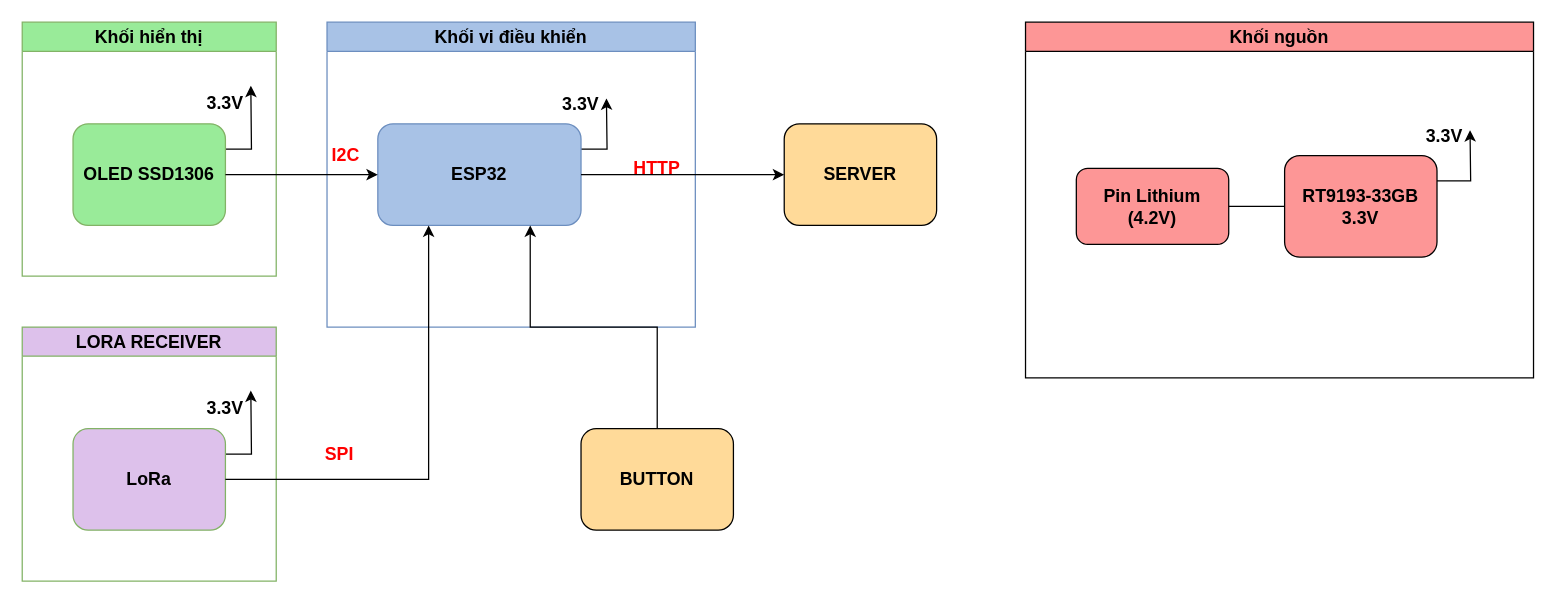
Earlier version of the draw.io diagram Image/Sơ đồ khối/Sơ đồ khối chi tiết - Master.drawio (tuanthanhhh/Weather_Monitoring_Station_System). Source tidied: cells renumbered, new cells numbered last; positions are measured from the earlier drawing's top-left corner, leaving out a move shared by most shapes. Both pictures are drawn from the tidied source at 127%, with x=0, y=0 at pixel (22, 22).
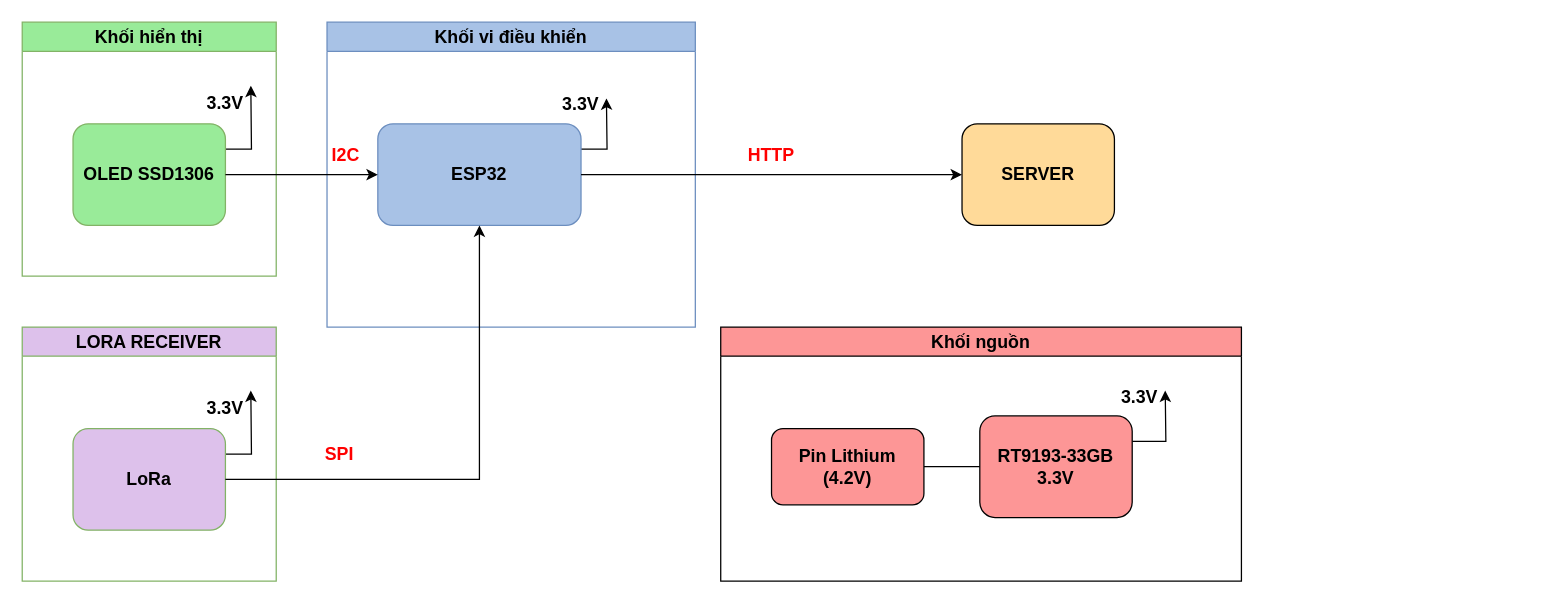
The same page after the edit.

The change refers to these unchanged cells:
```xml
<mxCell id="6" value="Khối vi điều khiển" style="swimlane;whiteSpace=wrap;html=1;fontStyle=1;fontSize=14;fillColor=#a8c2e6;strokeColor=#6c8ebf;" parent="1" vertex="1">
  <mxGeometry x="240" width="290" height="240" as="geometry" />
</mxCell>
<mxCell id="8" value="ESP32" style="rounded=1;whiteSpace=wrap;html=1;fontStyle=1;fontSize=14;fillColor=#a8c2e6;strokeColor=#6c8ebf;" parent="6" vertex="1">
  <mxGeometry x="40" y="80" width="160" height="80" as="geometry" />
</mxCell>
<mxCell id="26" value="LoRa" style="rounded=1;whiteSpace=wrap;html=1;fontStyle=1;fontSize=14;fillColor=#DDC1EB;strokeColor=#82b366;" parent="24" vertex="1">
  <mxGeometry x="40" y="80" width="120" height="80" as="geometry" />
</mxCell>
```

The edit, as a diff of the source:
```diff
@@
-    <mxCell id="11" value="HTTP" style="text;html=1;align=center;verticalAlign=middle;whiteSpace=wrap;rounded=0;fontStyle=1;fontColor=#FF0000;fontSize=14;" parent="6" vertex="1">
-      <mxGeometry x="230" y="100" width="60" height="30" as="geometry" />
-    </mxCell>
     <mxCell id="12" value="Khối nguồn" style="swimlane;whiteSpace=wrap;html=1;fontStyle=1;fontSize=14;fillColor=#fd9696;" parent="1" vertex="1">
-      <mxGeometry x="790" width="400" height="280" as="geometry" />
+      <mxGeometry x="550" y="240" width="410" height="200" as="geometry" />
     </mxCell>
     <mxCell id="13" style="edgeStyle=orthogonalEdgeStyle;rounded=0;jettySize=auto;html=1;exitX=1;exitY=0.25;exitDx=0;exitDy=0;fontStyle=1;fontSize=14;" parent="12" edge="1" source="14">
       <mxGeometry relative="1" as="geometry">
-        <mxPoint x="350" y="85" as="targetPoint" />
+        <mxPoint x="350" y="50" as="targetPoint" />
       </mxGeometry>
     </mxCell>
     <mxCell id="14" value="&lt;span style=&quot;font-size: 14px;&quot;&gt;RT9193-33GB&lt;/span&gt;&lt;div style=&quot;font-size: 14px;&quot;&gt;&lt;span style=&quot;font-size: 14px;&quot;&gt;3.3V&lt;/span&gt;&lt;/div&gt;" style="rounded=1;whiteSpace=wrap;html=1;fontStyle=1;fontSize=14;fillColor=#fd9696;" parent="12" vertex="1">
-      <mxGeometry x="204" y="105" width="120" height="80" as="geometry" />
+      <mxGeometry x="204" y="70" width="120" height="80" as="geometry" />
     </mxCell>
@@
     <mxCell id="16" value="3.3V" style="text;html=1;align=center;verticalAlign=middle;whiteSpace=wrap;rounded=0;fontStyle=1;fontSize=14;" parent="12" vertex="1">
-      <mxGeometry x="300" y="75" width="60" height="30" as="geometry" />
+      <mxGeometry x="300" y="40" width="60" height="30" as="geometry" />
     </mxCell>
     <mxCell id="17" value="Pin Lithium&lt;div&gt;(4.2V)&lt;/div&gt;" style="rounded=1;whiteSpace=wrap;html=1;fontStyle=1;fontSize=14;fillColor=#fd9696;" parent="12" vertex="1">
-      <mxGeometry x="40" y="115" width="120" height="60" as="geometry" />
+      <mxGeometry x="40" y="80" width="120" height="60" as="geometry" />
     </mxCell>
     <mxCell id="18" value="SERVER" style="rounded=1;whiteSpace=wrap;html=1;fontStyle=1;fontSize=14;fillColor=#ffda99;" parent="1" vertex="1">
-      <mxGeometry x="600" y="80" width="120" height="80" as="geometry" />
+      <mxGeometry x="740" y="80" width="120" height="80" as="geometry" />
     </mxCell>
-    <mxCell id="19" style="edgeStyle=orthogonalEdgeStyle;rounded=0;jettySize=auto;html=1;exitX=0.5;exitY=0;exitDx=0;exitDy=0;entryX=0.75;entryY=1;entryDx=0;entryDy=0;" parent="1" edge="1" source="20" target="8">
-      <mxGeometry relative="1" as="geometry" />
-    </mxCell>
-    <mxCell id="20" value="BUTTON" style="rounded=1;whiteSpace=wrap;html=1;fontStyle=1;fontSize=14;fillColor=#ffda99;" parent="1" vertex="1">
-      <mxGeometry x="440" y="320" width="120" height="80" as="geometry" />
-    </mxCell>
@@
-    <mxCell id="28" style="edgeStyle=orthogonalEdgeStyle;rounded=0;jettySize=auto;html=1;exitX=1;exitY=0.5;exitDx=0;exitDy=0;entryX=0.25;entryY=1;entryDx=0;entryDy=0;" parent="1" edge="1" source="26" target="8">
+    <mxCell id="28" style="edgeStyle=orthogonalEdgeStyle;rounded=0;jettySize=auto;html=1;exitX=1;exitY=0.5;exitDx=0;exitDy=0;entryX=0.5;entryY=1;entryDx=0;entryDy=0;" parent="1" edge="1" source="26" target="8">
       <mxGeometry relative="1" as="geometry">
         <Array as="points">
-          <mxPoint x="320" y="360" />
+          <mxPoint x="360" y="360" />
         </Array>
       </mxGeometry>
     </mxCell>
+    <mxCell id="11" value="HTTP" style="text;html=1;align=center;verticalAlign=middle;whiteSpace=wrap;rounded=0;fontStyle=1;fontColor=#FF0000;fontSize=14;" parent="1" vertex="1">
+      <mxGeometry x="560" y="90" width="60" height="30" as="geometry" />
+    </mxCell>
```
